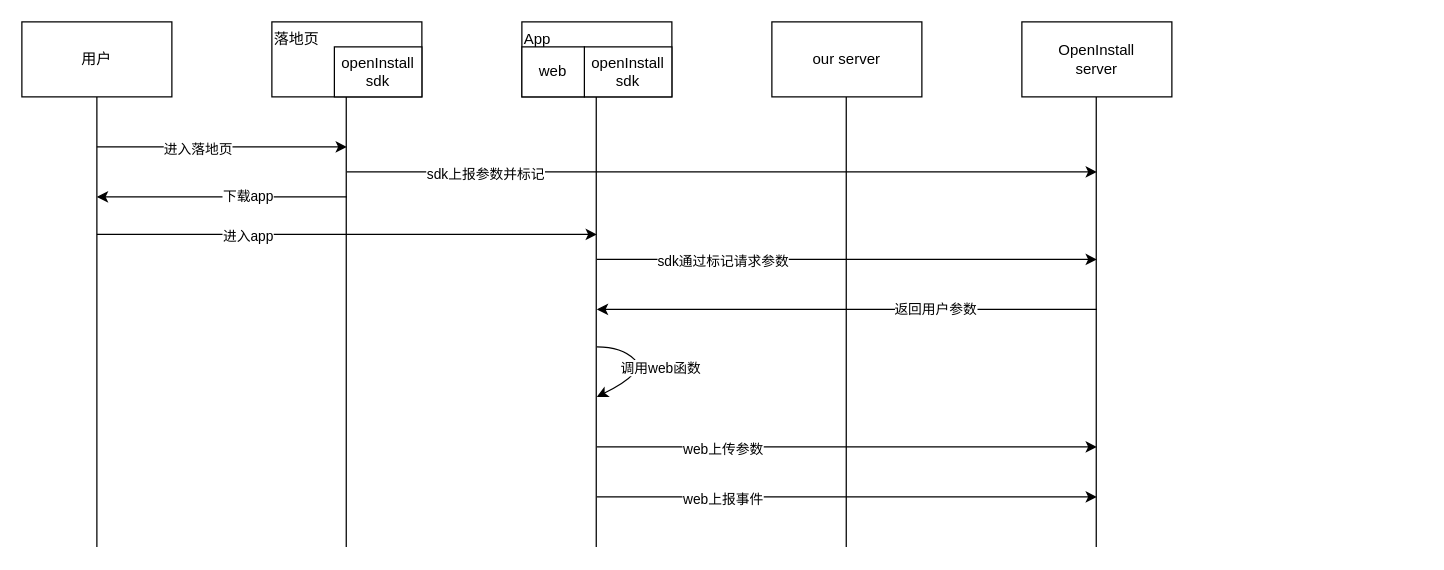
This is design/游戏流程.drawio from cqxx1990/game-box, a draw.io file, before an edit. Source tidied: cells renumbered, new cells numbered last; positions are measured from the earlier drawing's top-left corner, leaving out a move shared by most shapes. Both pictures are drawn from the tidied source at 125%, with x=0, y=0 at pixel (21, 21).
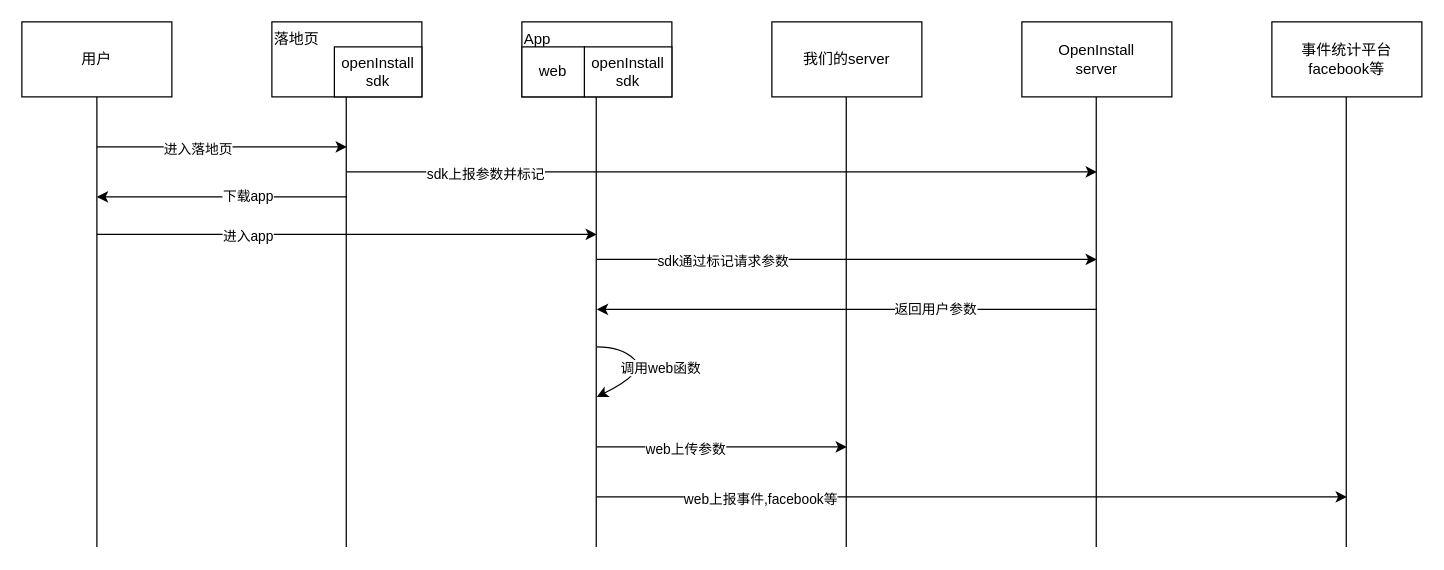
After the change.

Commit message (it also covers changes not shown here):
更新游戏流程.drawio

What changed in the source:
```diff
@@
-    <mxCell id="3" value="our server" style="rounded=0;whiteSpace=wrap;html=1;" parent="1" vertex="1">
+    <mxCell id="3" value="我们的server" style="rounded=0;whiteSpace=wrap;html=1;" parent="1" vertex="1">
       <mxGeometry x="600" width="120" height="60" as="geometry" />
     </mxCell>
@@
     <mxCell id="31" style="endArrow=classic;html=1;rounded=0;" parent="1" edge="1">
       <mxGeometry relative="1" as="geometry">
         <mxPoint x="460" y="340" as="sourcePoint" />
-        <mxPoint x="860" y="340" as="targetPoint" />
+        <mxPoint x="660" y="340" as="targetPoint" />
       </mxGeometry>
     </mxCell>
     <mxCell id="32" value="web上传参数" style="edgeLabel;html=1;align=center;verticalAlign=middle;" parent="31" vertex="1">
       <mxGeometry x="-0.2" y="-1" relative="1" as="geometry">
-        <mxPoint x="-60" as="offset" />
+        <mxPoint x="-10" as="offset" />
       </mxGeometry>
     </mxCell>
     <mxCell id="33" style="endArrow=classic;html=1;rounded=0;" parent="1" edge="1">
       <mxGeometry relative="1" as="geometry">
         <mxPoint x="460" y="380" as="sourcePoint" />
-        <mxPoint x="860" y="380" as="targetPoint" />
+        <mxPoint x="1060" y="380" as="targetPoint" />
       </mxGeometry>
     </mxCell>
-    <mxCell id="34" value="web上报事件" style="edgeLabel;html=1;align=center;verticalAlign=middle;" parent="33" vertex="1">
+    <mxCell id="34" value="web上报事件,facebook等" style="edgeLabel;html=1;align=center;verticalAlign=middle;" parent="33" vertex="1">
       <mxGeometry x="-0.2" y="-1" relative="1" as="geometry">
-        <mxPoint x="-60" as="offset" />
+        <mxPoint x="-110" as="offset" />
       </mxGeometry>
     </mxCell>
+    <mxCell id="35" value="事件统计平台&lt;br&gt;facebook等" style="rounded=0;whiteSpace=wrap;html=1;" parent="1" vertex="1">
+      <mxGeometry x="1000" width="120" height="60" as="geometry" />
+    </mxCell>
+    <mxCell id="36" style="endArrow=none;html=1;rounded=0;entryX=0.5;entryY=1;entryDx=0;entryDy=0;" parent="1" edge="1">
+      <mxGeometry relative="1" as="geometry">
+        <mxPoint x="1059.5" y="420" as="sourcePoint" />
+        <mxPoint x="1059.5" y="60" as="targetPoint" />
+      </mxGeometry>
+    </mxCell>
```
